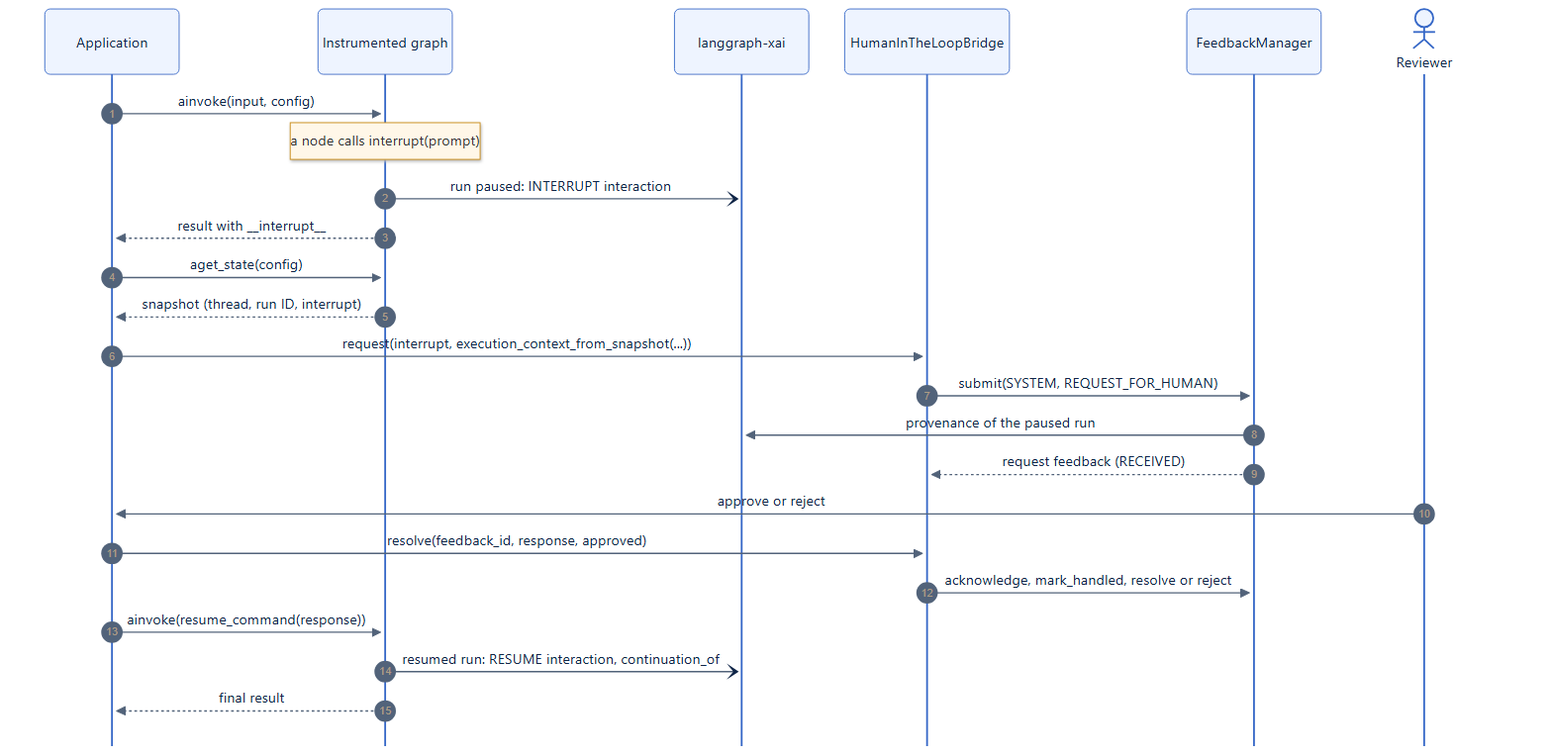
This is docs/assets/diagrams/hitl-sequence.png from smuniharish/feedback-manager, a Mermaid export, as it was before one commit. Its source is kept beside it as diagrams/hitl-sequence.mmd. The source it was exported from:
```mermaid
sequenceDiagram
    autonumber
    participant App as Application
    participant G as Instrumented graph
    participant X as langgraph-xai
    participant B as HumanInTheLoopBridge
    participant M as FeedbackManager
    actor Rev as Reviewer

    App->>G: ainvoke(input, config)
    Note over G: a node calls interrupt(prompt)
    G-)X: run paused: INTERRUPT interaction
    G-->>App: result with __interrupt__
    App->>G: aget_state(config)
    G-->>App: snapshot (thread, run ID, interrupt)
    App->>B: request(interrupt, execution_context_from_snapshot(...))
    B->>M: submit(SYSTEM, REQUEST_FOR_HUMAN)
    M->>X: provenance of the paused run
    M-->>B: request feedback (RECEIVED)
    Rev->>App: approve or reject
    App->>B: resolve(feedback_id, response, approved)
    B->>M: acknowledge, mark_handled, resolve or reject
    App->>G: ainvoke(resume_command(response))
    G-)X: resumed run: RESUME interaction, continuation_of
    G-->>App: final result
```
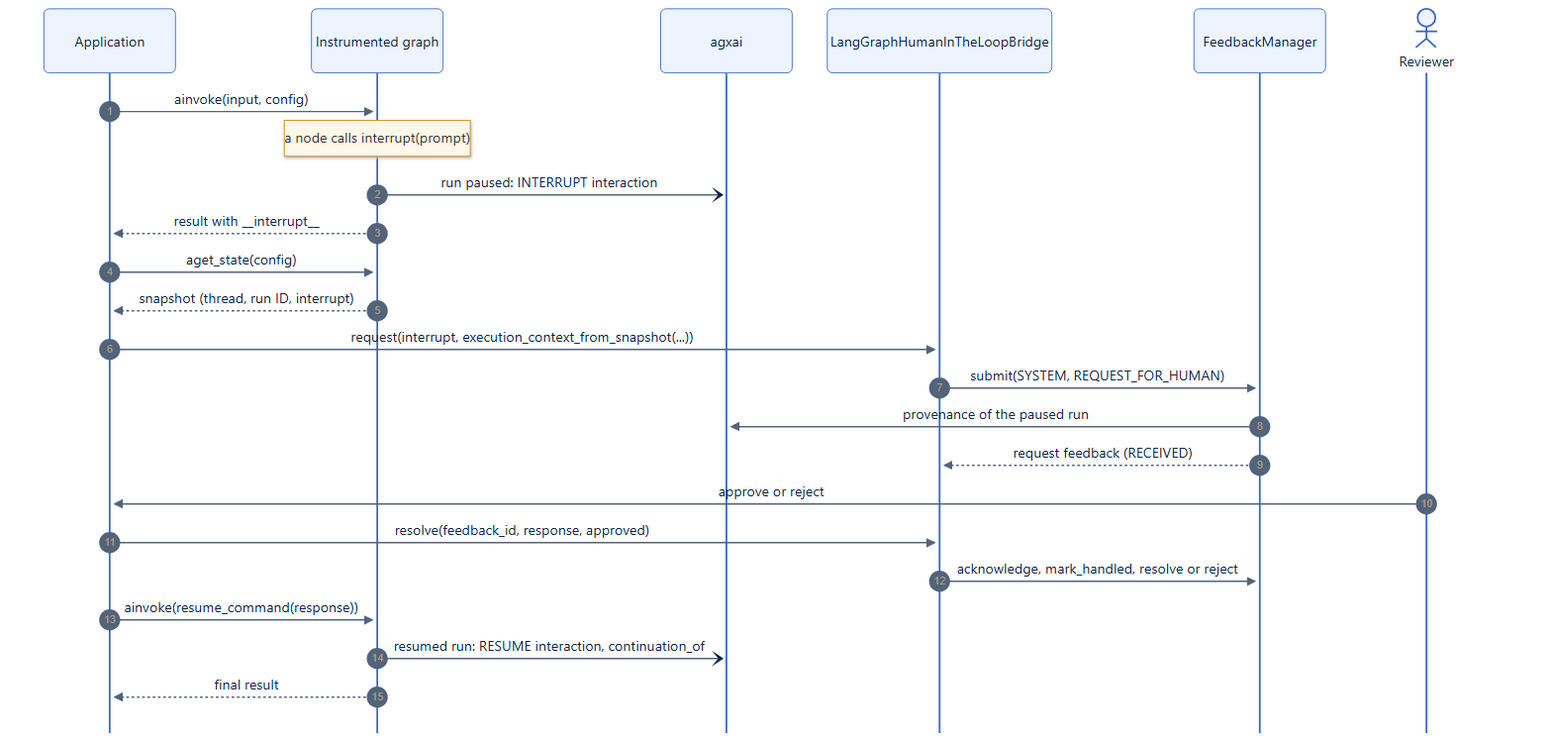
Later version of the same file.

What changed in the source:
```diff
@@ -2,8 +2,8 @@
     autonumber
     participant App as Application
     participant G as Instrumented graph
-    participant X as langgraph-xai
-    participant B as HumanInTheLoopBridge
+    participant X as agxai
+    participant B as LangGraphHumanInTheLoopBridge
     participant M as FeedbackManager
     actor Rev as Reviewer
 
```
